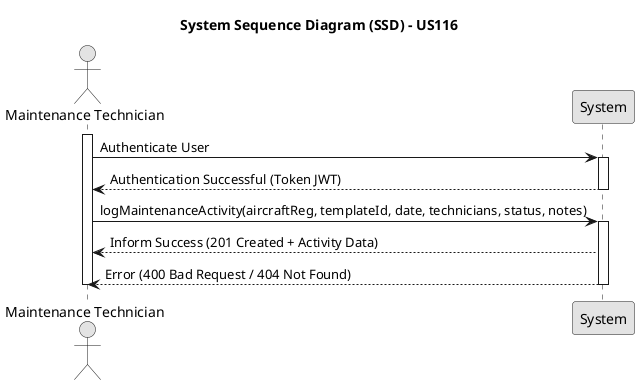
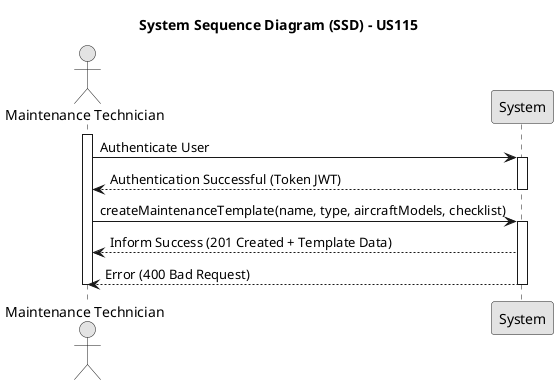
@startuml
skinparam monochrome true
skinparam shadowing false

- title System Sequence Diagram (SSD) - US116
+ title System Sequence Diagram (SSD) - US115

actor "Maintenance Technician" as User
participant "System" as System

activate User


User -> System : Authenticate User
activate System
System --> User : Authentication Successful (Token JWT)
deactivate System

- 
- User -> System : logMaintenanceActivity(aircraftReg, templateId, date, technicians, status, notes)
+ User -> System : createMaintenanceTemplate(name, type, aircraftModels, checklist)
activate System


- System --> User : Inform Success (201 Created + Activity Data)
- System --> User : Error (400 Bad Request / 404 Not Found)
+ System --> User : Inform Success (201 Created + Template Data)
+ System --> User : Error (400 Bad Request)
deactivate System

deactivate User
- @enduml+ @endif